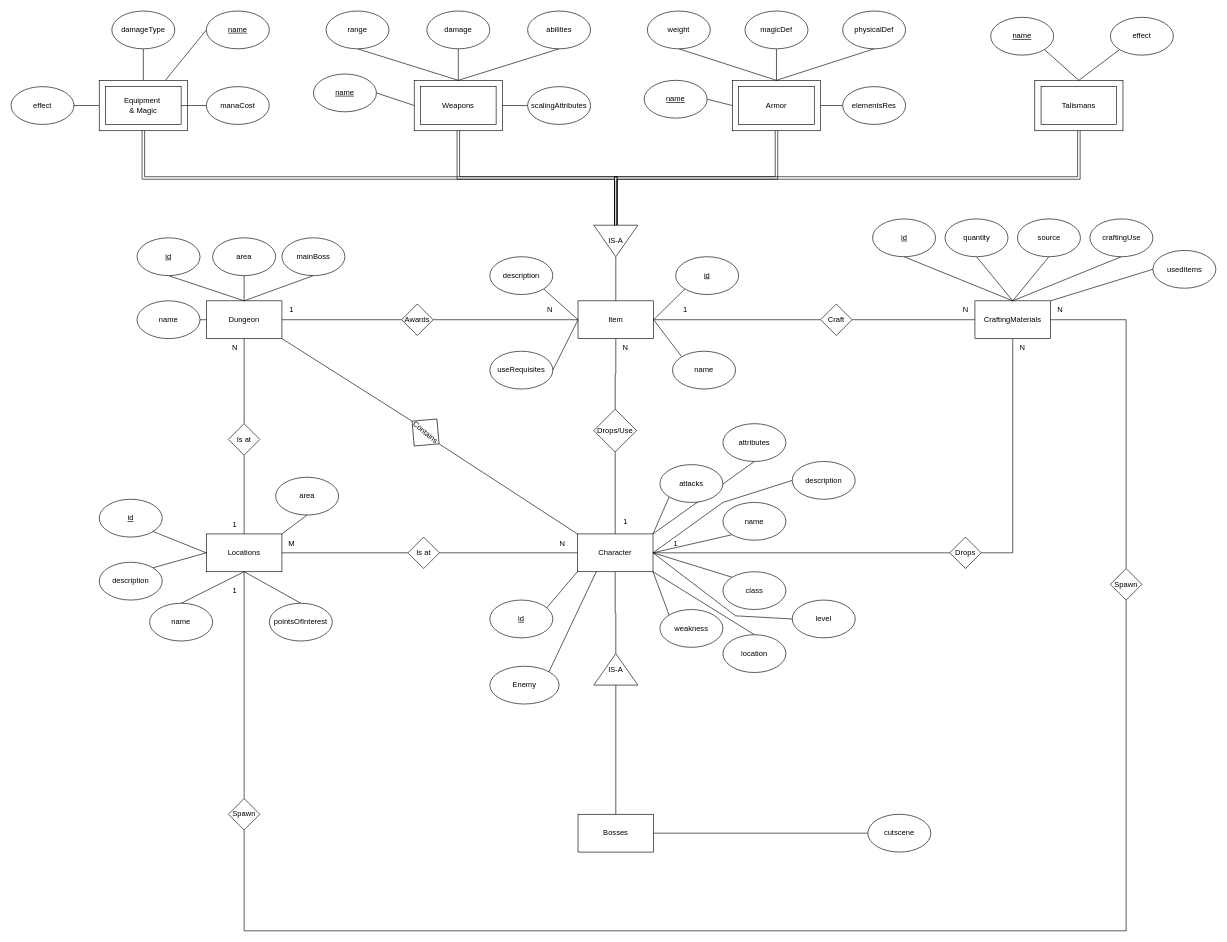
Before: BD-Project/DER_Proj.drawio in aokiLourenco/BD, a draw.io diagram. Source tidied: cells renumbered, new cells numbered last; positions are measured from the earlier drawing's top-left corner, leaving out a move shared by most shapes. Both pictures are drawn from the tidied source at 63%, with x=0, y=0 at pixel (11, 11).
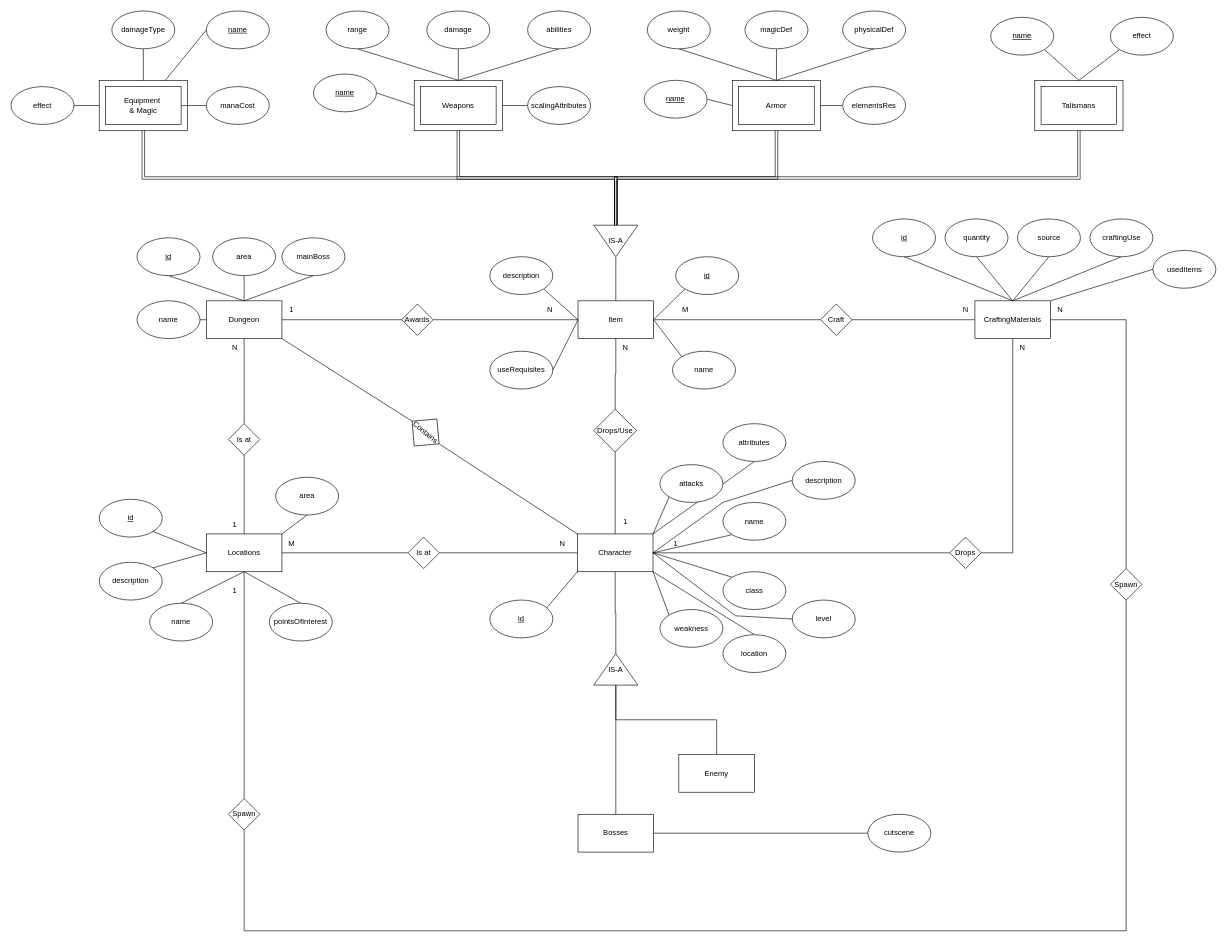
After the change.

The change refers to these unchanged cells:
```xml
<mxCell id="4" value="Character" style="rounded=0;whiteSpace=wrap;html=1;" parent="1" vertex="1">
  <mxGeometry x="899" y="830" width="120" height="60" as="geometry" />
</mxCell>
<mxCell id="81" value="IS-A" style="triangle;whiteSpace=wrap;html=1;rotation=0;direction=north;" parent="1" vertex="1">
  <mxGeometry x="925" y="1020" width="70" height="50" as="geometry" />
</mxCell>
```

Change to the diagram source:
```diff
@@
-    <mxCell id="14" style="rounded=0;jettySize=auto;html=1;exitX=1;exitY=0;exitDx=0;exitDy=0;entryX=0.25;entryY=1;entryDx=0;entryDy=0;endArrow=none;endFill=0;" parent="1" edge="1" source="140" target="4">
-      <mxGeometry relative="1" as="geometry" />
-    </mxCell>
@@
-    <mxCell id="112" value="1" style="text;html=1;align=center;verticalAlign=middle;strokeColor=none;fillColor=none;" parent="1" vertex="1">
+    <mxCell id="112" value="M" style="text;html=1;align=center;verticalAlign=middle;strokeColor=none;fillColor=none;" parent="1" vertex="1">
       <mxGeometry x="1055" y="460" width="30" height="30" as="geometry" />
     </mxCell>
@@
-    <mxCell id="140" value="Enemy" style="ellipse;whiteSpace=wrap;html=1;" parent="1" vertex="1">
-      <mxGeometry x="760" y="1040" width="110" height="60" as="geometry" />
-    </mxCell>
@@
+    <mxCell id="155" style="edgeStyle=orthogonalEdgeStyle;rounded=0;jettySize=auto;html=1;exitX=0.5;exitY=0;exitDx=0;exitDy=0;entryX=0;entryY=0.5;entryDx=0;entryDy=0;endArrow=none;endFill=0;" parent="1" edge="1" source="140" target="81">
+      <mxGeometry relative="1" as="geometry" />
+    </mxCell>
+    <mxCell id="140" value="Enemy" style="rounded=0;whiteSpace=wrap;html=1;" parent="1" vertex="1">
+      <mxGeometry x="1060" y="1180" width="120" height="60" as="geometry" />
+    </mxCell>
```
